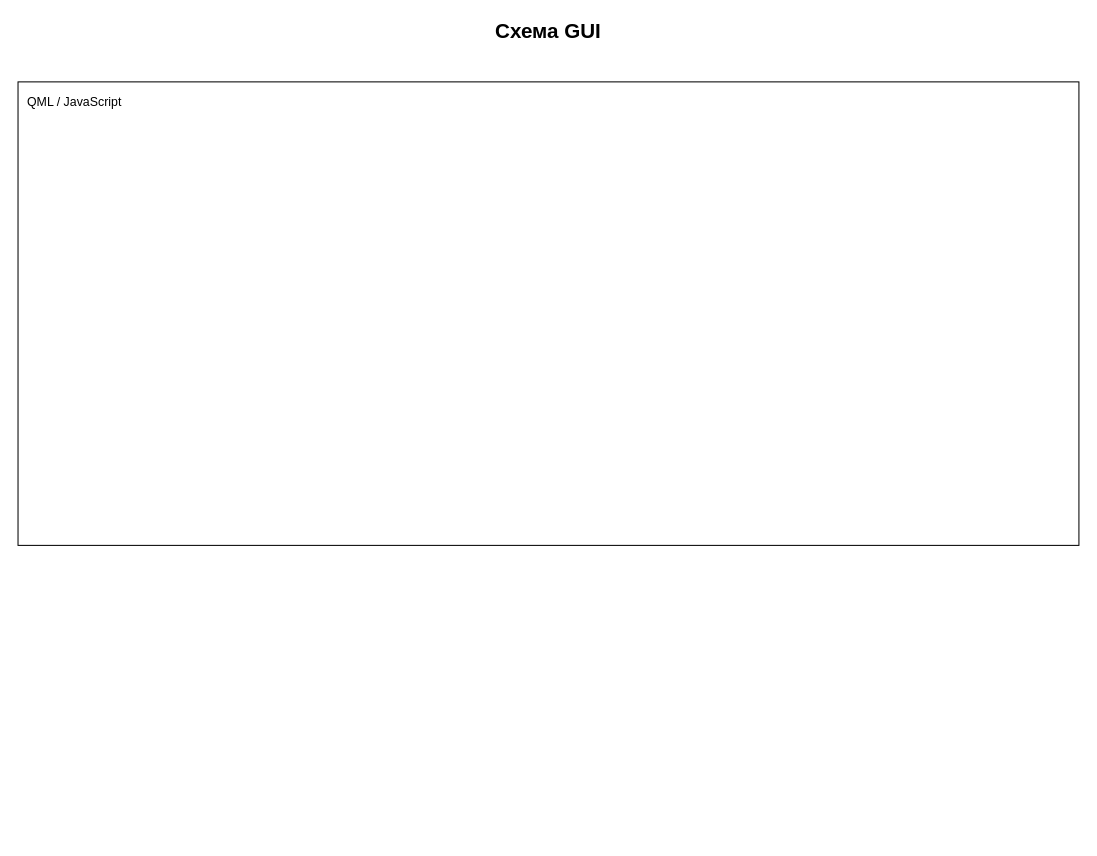
Above: LaserSTUDIO2_GUI.drawio in ponBulat/dia (draw.io), before the change. Source tidied: cells renumbered, new cells numbered last; positions are measured from the earlier drawing's top-left corner, leaving out a move shared by most shapes. Both pictures are drawn from the tidied source at 103%, with x=0, y=0 at pixel (18, 20).
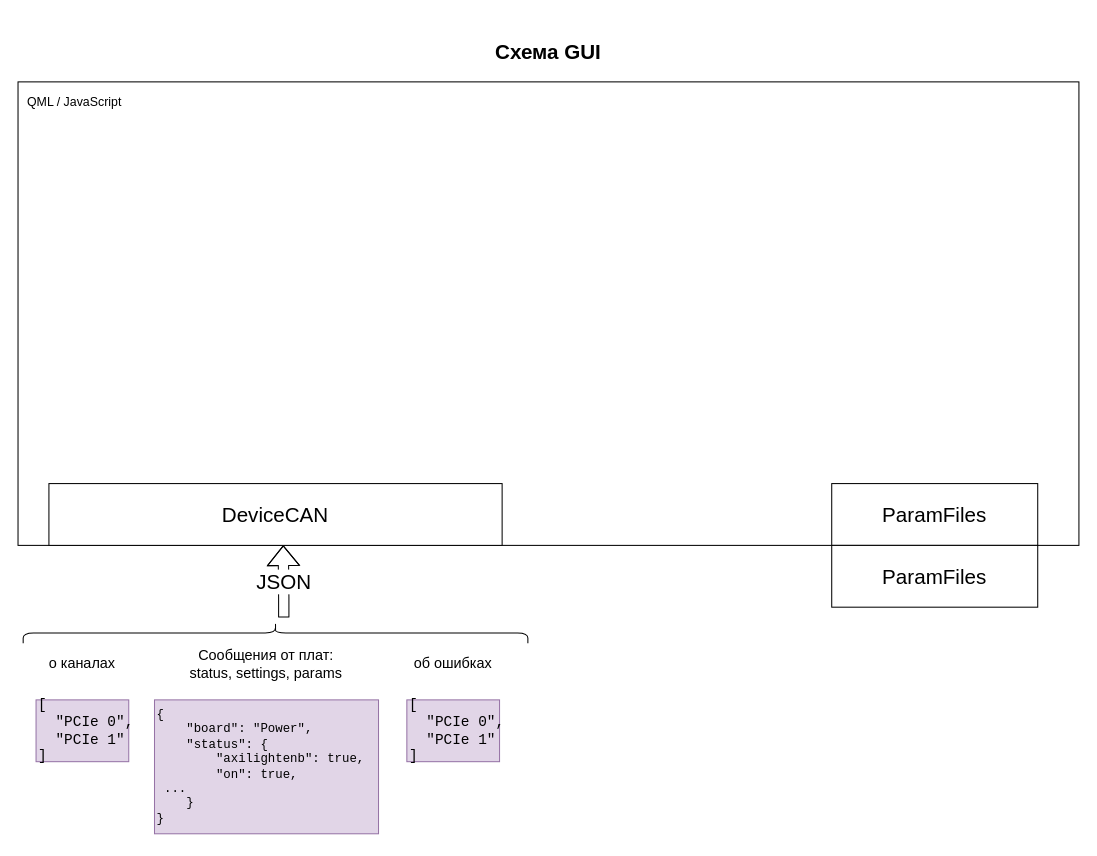
The same page after the edit.

Change to the diagram source:
```diff
@@
 <mxGraphModel>
   <root>
     <mxCell id="0" />
     <mxCell id="1" parent="0" />
     <mxCell id="2" style="rounded=0;whiteSpace=wrap;html=1;" parent="1" vertex="1">
       <mxGeometry y="60" width="1030" height="450" as="geometry" />
     </mxCell>
     <mxCell id="3" value="QML / JavaScript" style="text;html=1;strokeColor=none;fillColor=none;align=center;verticalAlign=middle;whiteSpace=wrap;rounded=0;" parent="1" vertex="1">
       <mxGeometry y="70" width="110" height="20" as="geometry" />
     </mxCell>
     <mxCell id="4" value="Схема GUI" style="text;html=1;strokeColor=none;fillColor=none;align=center;verticalAlign=middle;whiteSpace=wrap;rounded=0;fontStyle=1;fontSize=20;" parent="1" vertex="1">
-      <mxGeometry x="230" width="570" height="20" as="geometry" />
+      <mxGeometry x="230" y="20" width="570" height="20" as="geometry" />
     </mxCell>
+    <mxCell id="5" value="JSON" style="shape=flexArrow;endArrow=classic;html=1;fontSize=20;entryX=0.25;entryY=1;entryDx=0;entryDy=0;" parent="1" edge="1" target="2">
+      <mxGeometry relative="1" as="geometry">
+        <mxPoint x="258" y="580" as="sourcePoint" />
+        <Array as="points">
+          <mxPoint x="258" y="560" />
+        </Array>
+      </mxGeometry>
+    </mxCell>
+    <mxCell id="6" value="DeviceCAN" style="rounded=0;whiteSpace=wrap;html=1;fontSize=20;" parent="1" vertex="1">
+      <mxGeometry x="30" y="450" width="440" height="60" as="geometry" />
+    </mxCell>
+    <mxCell id="7" value="ParamFiles" style="rounded=0;whiteSpace=wrap;html=1;fontSize=20;" parent="1" vertex="1">
+      <mxGeometry x="790" y="450" width="200" height="60" as="geometry" />
+    </mxCell>
+    <mxCell id="8" value="ParamFiles" style="rounded=0;whiteSpace=wrap;html=1;fontSize=20;" parent="1" vertex="1">
+      <mxGeometry x="790" y="510" width="200" height="60" as="geometry" />
+    </mxCell>
+    <mxCell id="9" value="&lt;div align=&quot;left&quot;&gt;&lt;pre style=&quot;font-size: 14px&quot;&gt;&lt;font style=&quot;font-size: 14px&quot;&gt;[&lt;br&gt;&lt;/font&gt;&lt;font style=&quot;font-size: 14px&quot;&gt;&lt;span class=&quot;pl-s&quot;&gt;&lt;span class=&quot;pl-pds&quot;&gt;  &quot;&lt;/span&gt;PCIe 0&lt;span class=&quot;pl-pds&quot;&gt;&quot;&lt;/span&gt;&lt;/span&gt;,&lt;/font&gt;&lt;br&gt;&lt;font style=&quot;font-size: 14px&quot;&gt;  &lt;span class=&quot;pl-s&quot;&gt;&lt;span class=&quot;pl-pds&quot;&gt;&quot;&lt;/span&gt;PCIe 1&lt;span class=&quot;pl-pds&quot;&gt;&quot;&lt;/span&gt;&lt;/span&gt;&lt;br&gt;]&lt;/font&gt;&lt;/pre&gt;&lt;/div&gt;" style="text;html=1;strokeColor=#9673a6;fillColor=#e1d5e7;align=left;verticalAlign=middle;whiteSpace=wrap;rounded=0;fontSize=20;" parent="1" vertex="1">
+      <mxGeometry x="17.5" y="660" width="90" height="60" as="geometry" />
+    </mxCell>
+    <mxCell id="10" style="shape=curlyBracket;whiteSpace=wrap;html=1;rounded=1;flipH=1;fontSize=20;rotation=-90;" parent="1" vertex="1">
+      <mxGeometry x="240" y="350" width="20" height="490" as="geometry" />
+    </mxCell>
+    <mxCell id="11" value="о каналах" style="text;html=1;strokeColor=none;fillColor=none;align=center;verticalAlign=middle;whiteSpace=wrap;rounded=0;fontSize=14;" parent="1" vertex="1">
+      <mxGeometry x="15" y="600" width="95" height="50" as="geometry" />
+    </mxCell>
+    <mxCell id="12" value="&lt;pre style=&quot;font-size: 12px&quot;&gt;{&lt;br&gt;    &lt;span class=&quot;pl-s&quot;&gt;&lt;span class=&quot;pl-pds&quot;&gt;&quot;&lt;/span&gt;board&lt;span class=&quot;pl-pds&quot;&gt;&quot;&lt;/span&gt;&lt;/span&gt;: &lt;span class=&quot;pl-s&quot;&gt;&lt;span class=&quot;pl-pds&quot;&gt;&quot;&lt;/span&gt;Power&lt;span class=&quot;pl-pds&quot;&gt;&quot;&lt;/span&gt;&lt;/span&gt;,&lt;br&gt;    &lt;span class=&quot;pl-s&quot;&gt;&lt;span class=&quot;pl-pds&quot;&gt;&quot;&lt;/span&gt;status&lt;span class=&quot;pl-pds&quot;&gt;&quot;&lt;/span&gt;&lt;/span&gt;: {&lt;br&gt;        &lt;span class=&quot;pl-s&quot;&gt;&lt;span class=&quot;pl-pds&quot;&gt;&quot;&lt;/span&gt;axilightenb&lt;span class=&quot;pl-pds&quot;&gt;&quot;&lt;/span&gt;&lt;/span&gt;: &lt;span class=&quot;pl-c1&quot;&gt;true&lt;/span&gt;,&lt;br&gt;        &lt;span class=&quot;pl-s&quot;&gt;&lt;span class=&quot;pl-pds&quot;&gt;&quot;&lt;/span&gt;on&lt;span class=&quot;pl-pds&quot;&gt;&quot;&lt;/span&gt;&lt;/span&gt;: &lt;span class=&quot;pl-c1&quot;&gt;true&lt;/span&gt;,&lt;br&gt;&lt;span class=&quot;pl-c1&quot;&gt;&lt;/span&gt;&lt;span style=&quot;white-space: pre&quot;&gt; &lt;/span&gt;...&lt;br&gt;    }&lt;br&gt;}&lt;/pre&gt;" style="text;html=1;strokeColor=#9673a6;fillColor=#e1d5e7;align=left;verticalAlign=middle;whiteSpace=wrap;rounded=0;fontSize=20;" parent="1" vertex="1">
+      <mxGeometry x="132.5" y="660" width="217.5" height="130" as="geometry" />
+    </mxCell>
+    <mxCell id="13" value="Сообщения от плат:&lt;br&gt;status, settings, params" style="text;html=1;strokeColor=none;fillColor=none;align=center;verticalAlign=middle;whiteSpace=wrap;rounded=0;fontSize=14;" parent="1" vertex="1">
+      <mxGeometry x="148.1" y="600" width="186.2" height="50" as="geometry" />
+    </mxCell>
+    <mxCell id="14" value="&lt;div align=&quot;left&quot;&gt;&lt;pre style=&quot;font-size: 14px&quot;&gt;&lt;font style=&quot;font-size: 14px&quot;&gt;[&lt;br&gt;&lt;/font&gt;&lt;font style=&quot;font-size: 14px&quot;&gt;&lt;span class=&quot;pl-s&quot;&gt;&lt;span class=&quot;pl-pds&quot;&gt;  &quot;&lt;/span&gt;PCIe 0&lt;span class=&quot;pl-pds&quot;&gt;&quot;&lt;/span&gt;&lt;/span&gt;,&lt;/font&gt;&lt;br&gt;&lt;font style=&quot;font-size: 14px&quot;&gt;  &lt;span class=&quot;pl-s&quot;&gt;&lt;span class=&quot;pl-pds&quot;&gt;&quot;&lt;/span&gt;PCIe 1&lt;span class=&quot;pl-pds&quot;&gt;&quot;&lt;/span&gt;&lt;/span&gt;&lt;br&gt;]&lt;/font&gt;&lt;/pre&gt;&lt;/div&gt;" style="text;html=1;strokeColor=#9673a6;fillColor=#e1d5e7;align=left;verticalAlign=middle;whiteSpace=wrap;rounded=0;fontSize=20;" parent="1" vertex="1">
+      <mxGeometry x="377.5" y="660" width="90" height="60" as="geometry" />
+    </mxCell>
+    <mxCell id="15" value="об ошибках" style="text;html=1;strokeColor=none;fillColor=none;align=center;verticalAlign=middle;whiteSpace=wrap;rounded=0;fontSize=14;" parent="1" vertex="1">
+      <mxGeometry x="375" y="600" width="95" height="50" as="geometry" />
+    </mxCell>
   </root>
 </mxGraphModel>
```
